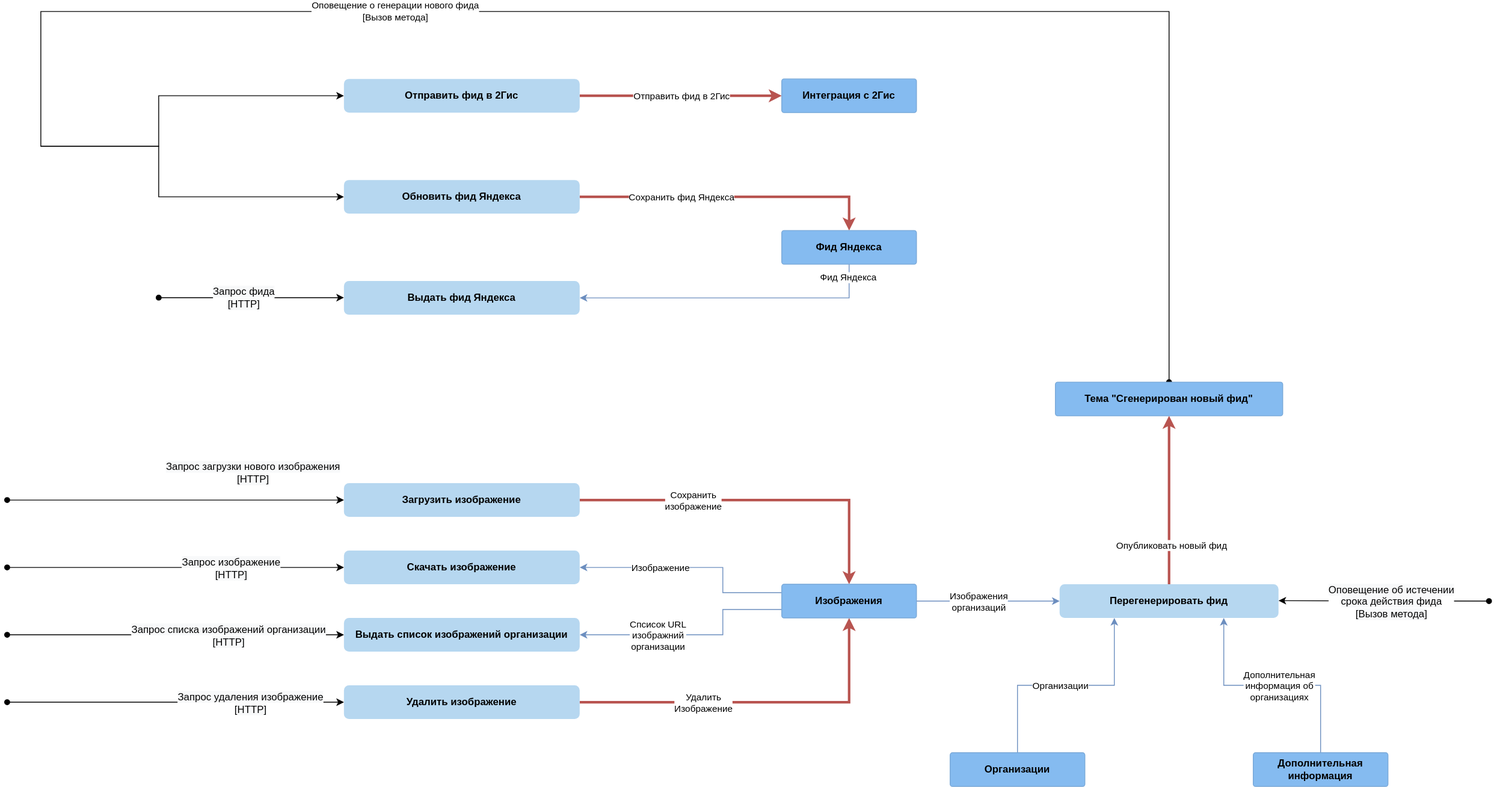
Earlier version of the draw.io export azhidkov.pro/content/effects-diagram/images/landing/true-story-effects-short.svg (d-r-q/developing-ergonomic-code). Source tidied: cells renumbered, new cells last; positions are measured from the earlier drawing's top-left corner, leaving out a move shared by most shapes.
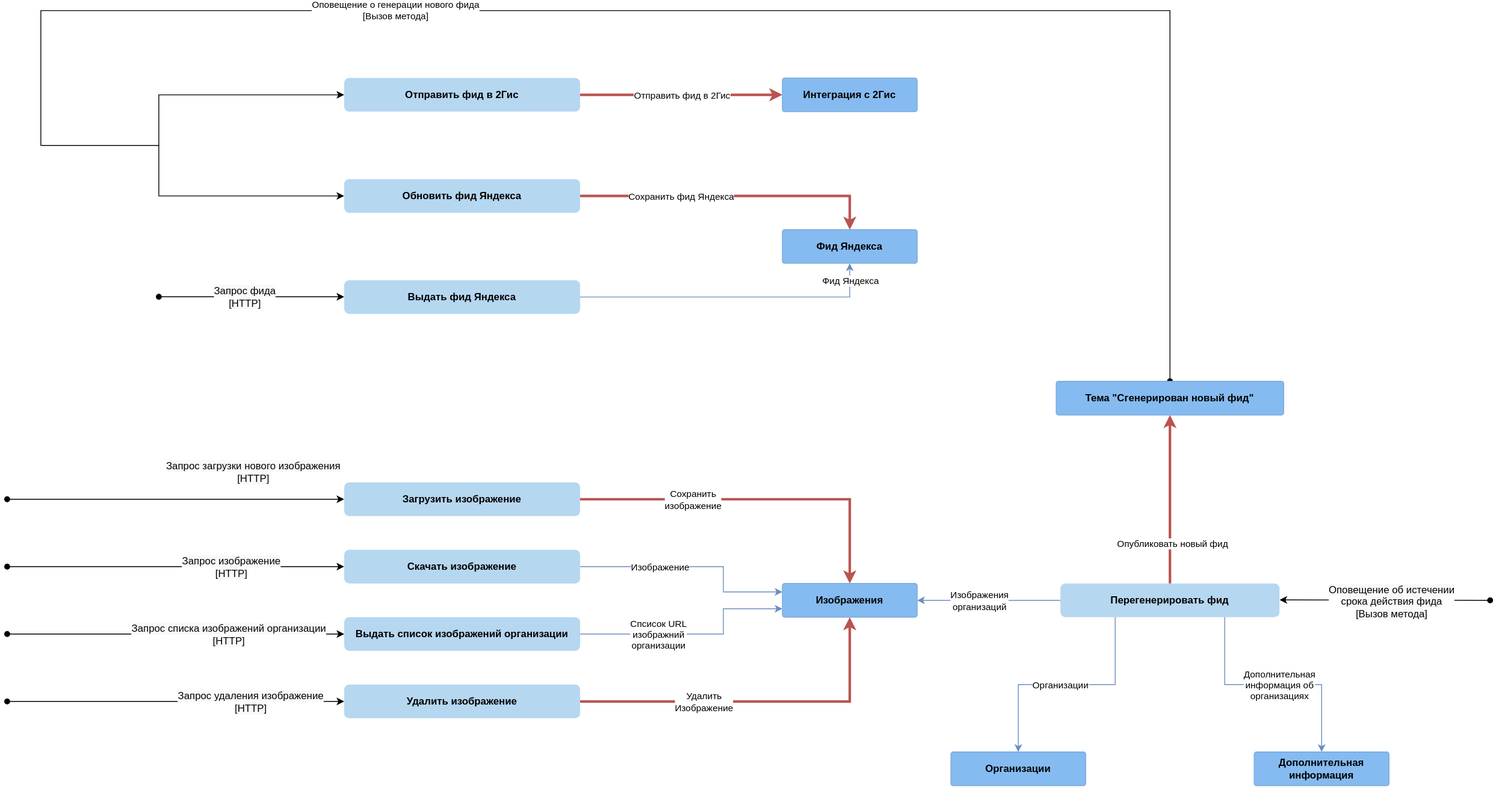
The same diagram one commit later.

Commit message:
effects diagram spec v0.2.0

The edit, as a diff of the source:
```diff
@@ -17,7 +17,7 @@
     <mxCell id="3" value="Выдать фид Яндекса" style="rounded=1;whiteSpace=wrap;html=1;fillColor=#B6D7F0;strokeColor=none;fontStyle=1;" parent="1" vertex="1">
       <mxGeometry x="400" y="320" width="280" height="40" as="geometry" />
     </mxCell>
-    <mxCell id="4" style="edgeStyle=none;rounded=0;jettySize=auto;html=1;fillColor=#dae8fc;strokeColor=#6c8ebf;" parent="1" edge="1" source="37" target="3">
+    <mxCell id="4" style="edgeStyle=none;rounded=0;jettySize=auto;html=1;fillColor=#dae8fc;strokeColor=#6c8ebf;startArrow=classic;startFill=1;endArrow=none;endFill=0;" parent="1" edge="1" source="37" target="3">
       <mxGeometry relative="1" as="geometry">
         <Array as="points">
           <mxPoint x="1000" y="340" />
@@ -26,7 +26,7 @@
     </mxCell>
     <mxCell id="5" value="Фид Яндекса" style="edgeLabel;html=1;align=center;verticalAlign=middle;rounded=0;" parent="4" vertex="1">
       <mxGeometry x="0.06" y="-3" relative="1" as="geometry">
-        <mxPoint x="149" y="-22" as="offset" />
+        <mxPoint x="150" y="-17" as="offset" />
       </mxGeometry>
     </mxCell>
     <mxCell id="6" style="edgeStyle=none;rounded=0;jettySize=auto;html=1;fillColor=#f8cecc;strokeColor=#b85450;strokeWidth=3;" parent="1" edge="1" source="8" target="37">
@@ -66,7 +66,7 @@
     <mxCell id="14" value="Перегенерировать фид" style="rounded=1;whiteSpace=wrap;html=1;fillColor=#B6D7F0;strokeColor=none;fontStyle=1;" parent="1" vertex="1">
       <mxGeometry x="1250" y="680" width="260" height="40" as="geometry" />
     </mxCell>
-    <mxCell id="15" style="edgeStyle=none;rounded=0;jettySize=auto;html=1;fillColor=#dae8fc;strokeColor=#6c8ebf;entryX=0.25;entryY=1;entryDx=0;entryDy=0;" parent="1" edge="1" source="34" target="14">
+    <mxCell id="15" style="edgeStyle=none;rounded=0;jettySize=auto;html=1;fillColor=#dae8fc;strokeColor=#6c8ebf;entryX=0.25;entryY=1;entryDx=0;entryDy=0;startArrow=classic;startFill=1;endArrow=none;endFill=0;" parent="1" edge="1" source="34" target="14">
       <mxGeometry relative="1" as="geometry">
         <Array as="points">
           <mxPoint x="1200" y="800" />
@@ -79,7 +79,7 @@
         <mxPoint x="14" y="2" as="offset" />
       </mxGeometry>
     </mxCell>
-    <mxCell id="17" style="edgeStyle=none;rounded=0;jettySize=auto;html=1;fillColor=#dae8fc;strokeColor=#6c8ebf;exitX=0.5;exitY=0;exitDx=0;exitDy=0;entryX=0.75;entryY=1;entryDx=0;entryDy=0;" parent="1" edge="1" source="35" target="14">
+    <mxCell id="17" style="edgeStyle=none;rounded=0;jettySize=auto;html=1;fillColor=#dae8fc;strokeColor=#6c8ebf;exitX=0.5;exitY=0;exitDx=0;exitDy=0;entryX=0.75;entryY=1;entryDx=0;entryDy=0;startArrow=classic;startFill=1;endArrow=none;endFill=0;" parent="1" edge="1" source="35" target="14">
       <mxGeometry relative="1" as="geometry">
         <Array as="points">
           <mxPoint x="1560" y="800" />
@@ -92,13 +92,13 @@
         <mxPoint x="24" y="1" as="offset" />
       </mxGeometry>
     </mxCell>
-    <mxCell id="19" style="edgeStyle=none;rounded=0;jettySize=auto;html=1;fillColor=#dae8fc;strokeColor=#6c8ebf;" parent="1" edge="1" source="33" target="14">
+    <mxCell id="19" style="edgeStyle=none;rounded=0;jettySize=auto;html=1;fillColor=#dae8fc;strokeColor=#6c8ebf;startArrow=classic;startFill=1;endArrow=none;endFill=0;" parent="1" edge="1" source="33" target="14">
       <mxGeometry relative="1" as="geometry" />
     </mxCell>
     <mxCell id="20" value="Изображения&lt;br&gt;организаций" style="edgeLabel;html=1;align=center;verticalAlign=middle;rounded=0;" parent="19" vertex="1">
       <mxGeometry x="-0.14" relative="1" as="geometry" />
     </mxCell>
-    <mxCell id="21" style="edgeStyle=none;rounded=0;jettySize=auto;html=1;fillColor=#dae8fc;strokeColor=#6c8ebf;exitX=0;exitY=0.25;exitDx=0;exitDy=0;" parent="1" edge="1" source="33" target="28">
+    <mxCell id="21" style="edgeStyle=none;rounded=0;jettySize=auto;html=1;fillColor=#dae8fc;strokeColor=#6c8ebf;exitX=0;exitY=0.25;exitDx=0;exitDy=0;startArrow=classic;startFill=1;endArrow=none;endFill=0;" parent="1" edge="1" source="33" target="28">
       <mxGeometry relative="1" as="geometry">
         <Array as="points">
           <mxPoint x="850" y="690" />
@@ -111,7 +111,7 @@
         <mxPoint x="16" y="-2" as="offset" />
       </mxGeometry>
     </mxCell>
-    <mxCell id="23" style="edgeStyle=none;rounded=0;jettySize=auto;html=1;fillColor=#dae8fc;strokeColor=#6c8ebf;exitX=0;exitY=0.75;exitDx=0;exitDy=0;" parent="1" edge="1" source="33" target="29">
+    <mxCell id="23" style="edgeStyle=none;rounded=0;jettySize=auto;html=1;fillColor=#dae8fc;strokeColor=#6c8ebf;exitX=0;exitY=0.75;exitDx=0;exitDy=0;startArrow=classic;startFill=1;endArrow=none;endFill=0;" parent="1" edge="1" source="33" target="29">
       <mxGeometry relative="1" as="geometry">
         <Array as="points">
           <mxPoint x="850" y="710" />
```
